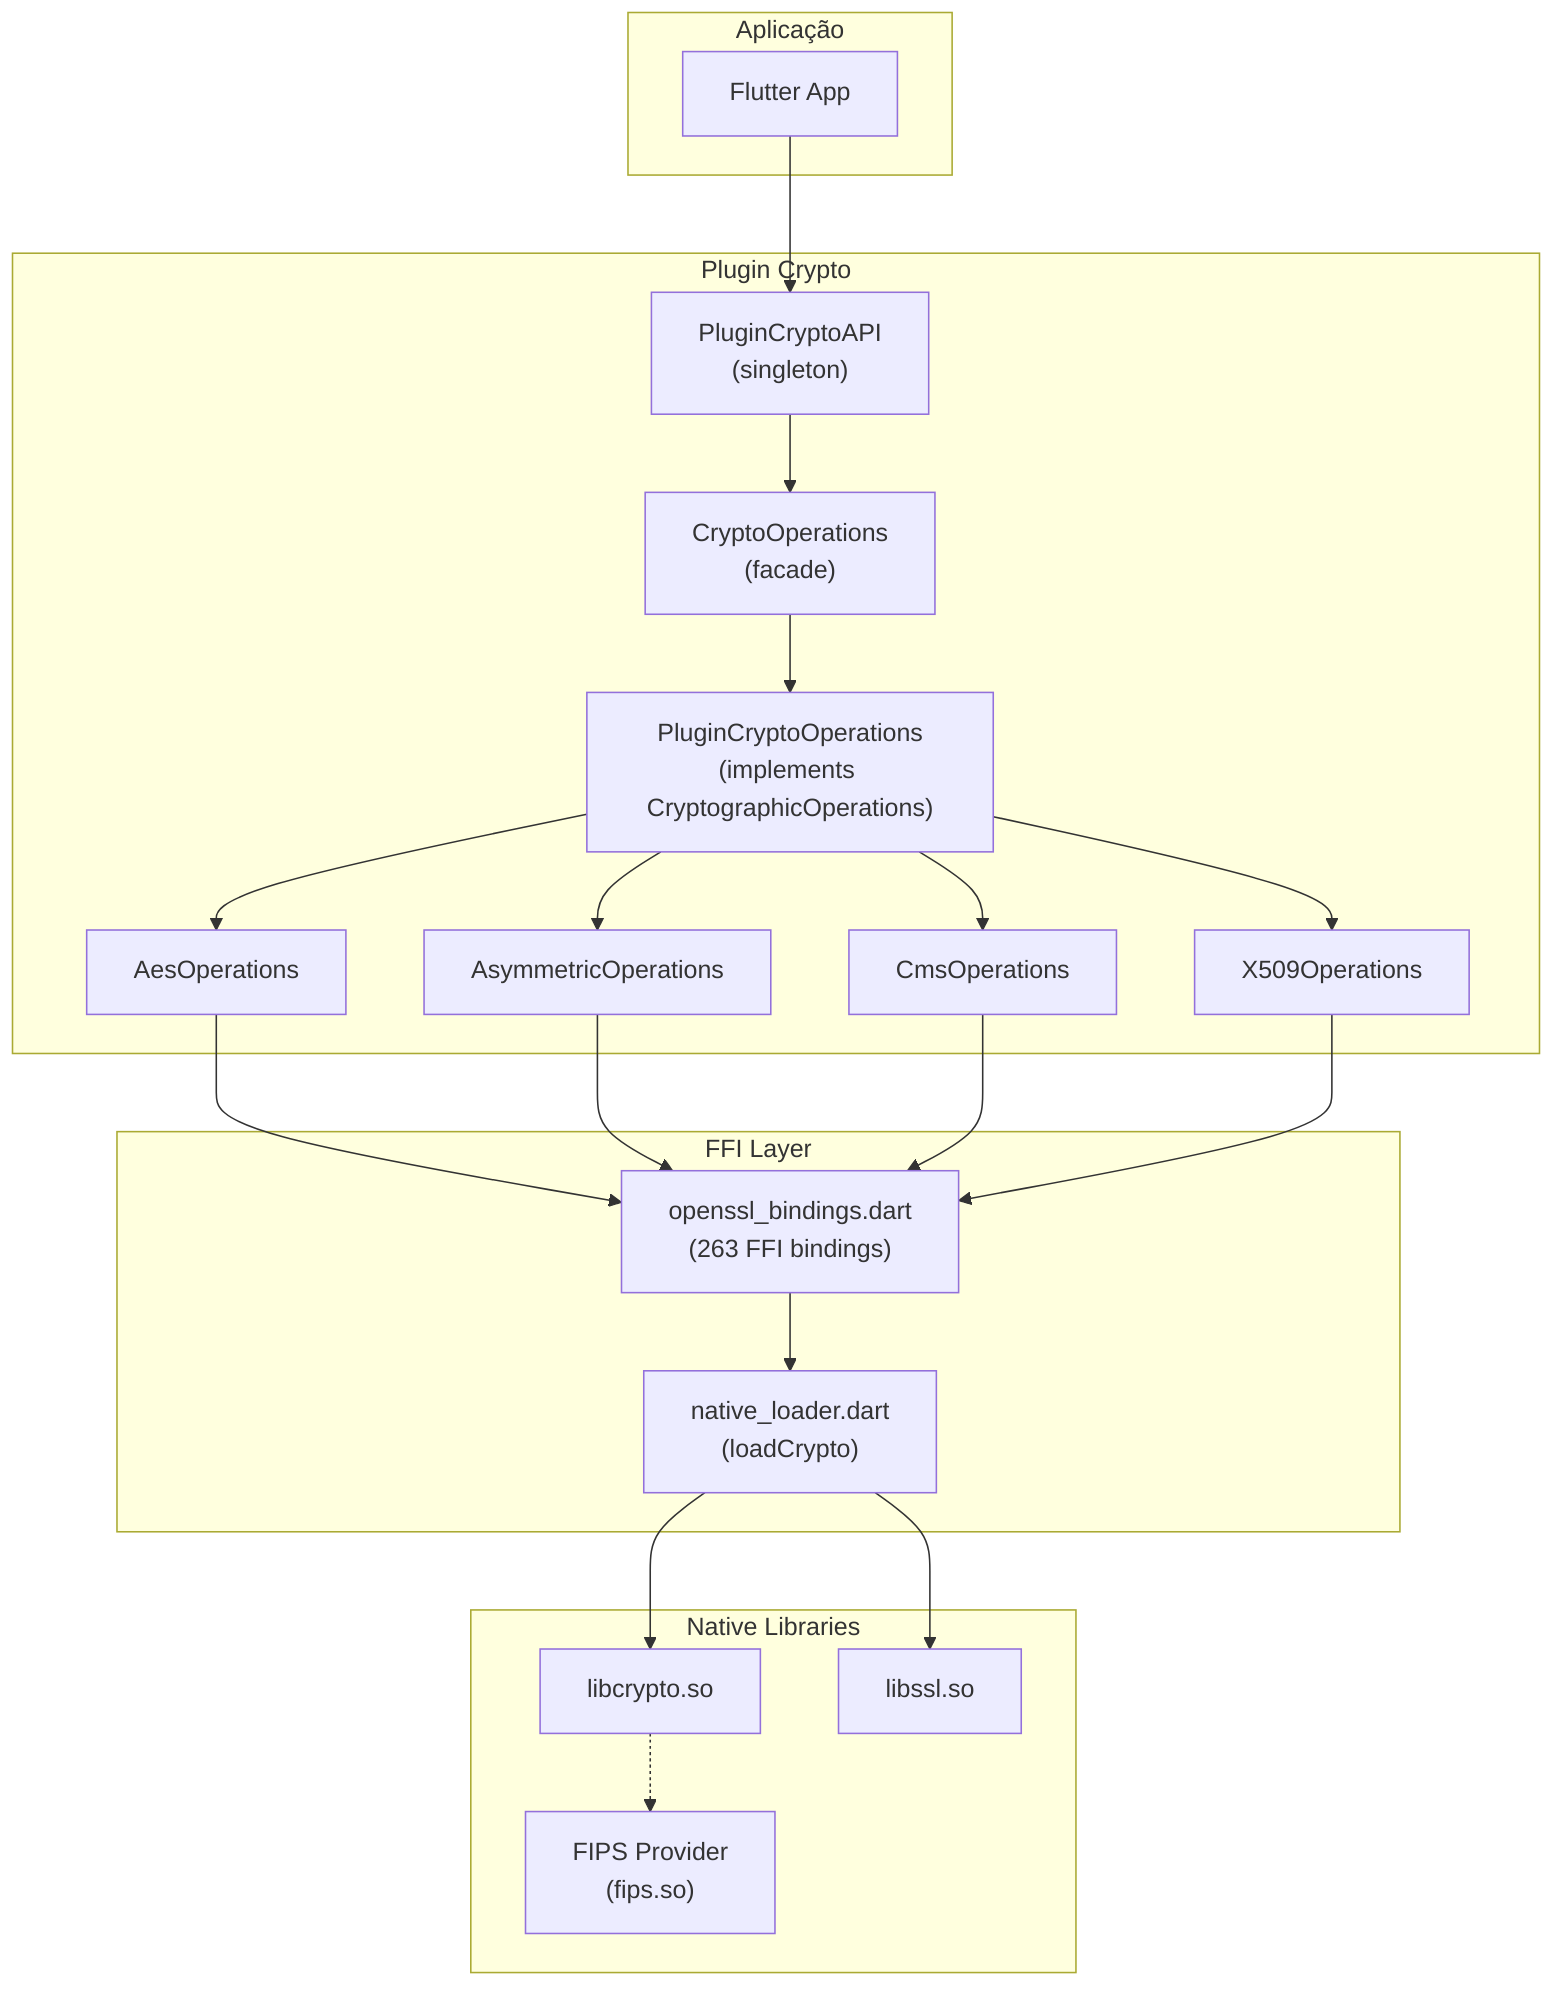
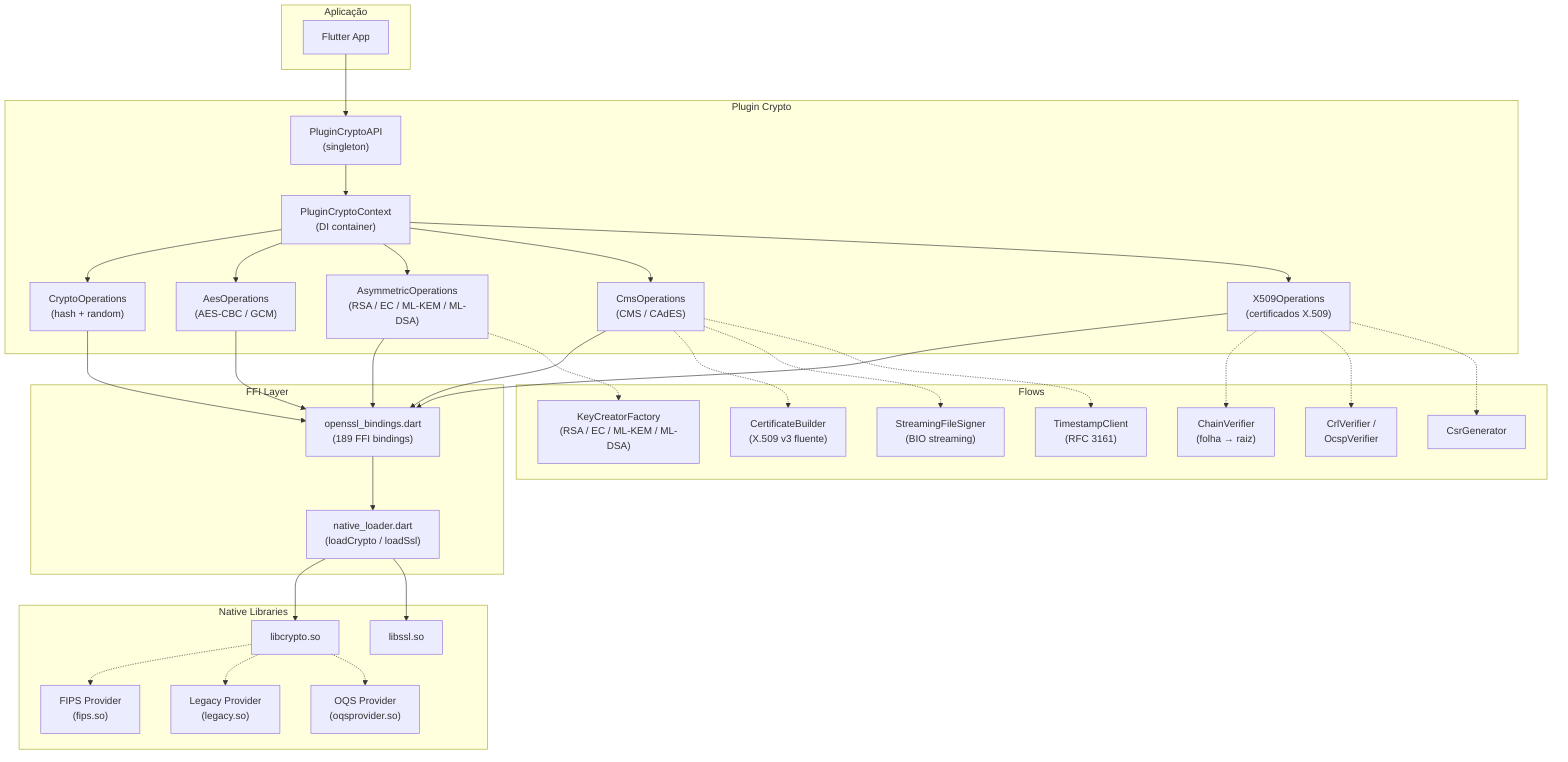
graph TD
    subgraph Aplicação
        FLUTTER["Flutter App"]
    end

    subgraph "Plugin Crypto"
        API["PluginCryptoAPI\n(singleton)"]
-         FACADE["CryptoOperations\n(facade)"]
-         OPS["PluginCryptoOperations\n(implements CryptographicOperations)"]
-         AES["AesOperations"]
-         ASYM["AsymmetricOperations"]
-         CMS["CmsOperations"]
-         X509["X509Operations"]
+         CTX["PluginCryptoContext\n(DI container)"]
+         CRYPTO["CryptoOperations\n(hash + random)"]
+         AES["AesOperations\n(AES-CBC / GCM)"]
+         ASYM["AsymmetricOperations\n(RSA / EC / ML-KEM / ML-DSA)"]
+         CMS["CmsOperations\n(CMS / CAdES)"]
+         X509["X509Operations\n(certificados X.509)"]
+     end
+ 
+     subgraph "Flows"
+         KCF["KeyCreatorFactory\n(RSA / EC / ML-KEM / ML-DSA)"]
+         CB["CertificateBuilder\n(X.509 v3 fluente)"]
+         SFS["StreamingFileSigner\n(BIO streaming)"]
+         CV["ChainVerifier\n(folha → raiz)"]
+         RV["CrlVerifier /\nOcspVerifier"]
+         CG["CsrGenerator"]
+         TC["TimestampClient\n(RFC 3161)"]
    end

    subgraph "FFI Layer"
-         BINDINGS["openssl_bindings.dart\n(263 FFI bindings)"]
-         LOADER["native_loader.dart\n(loadCrypto)"]
+         BINDINGS["openssl_bindings.dart\n(189 FFI bindings)"]
+         LOADER["native_loader.dart\n(loadCrypto / loadSsl)"]
    end

    subgraph "Native Libraries"
        LIBCRYPTO["libcrypto.so"]
        LIBSSL["libssl.so"]
        FIPS["FIPS Provider\n(fips.so)"]
+         LEGACY["Legacy Provider\n(legacy.so)"]
+         OQS["OQS Provider\n(oqsprovider.so)"]
    end

    FLUTTER --> API
-     API --> FACADE
-     FACADE --> OPS
-     OPS --> AES
-     OPS --> ASYM
-     OPS --> CMS
-     OPS --> X509
+     API --> CTX
+     CTX --> CRYPTO
+     CTX --> AES
+     CTX --> ASYM
+     CTX --> CMS
+     CTX --> X509
+ 
    AES --> BINDINGS
    ASYM --> BINDINGS
    CMS --> BINDINGS
    X509 --> BINDINGS
+     CRYPTO --> BINDINGS
+ 
+     ASYM -.-> KCF
+     CMS -.-> CB
+     CMS -.-> SFS
+     X509 -.-> CV
+     X509 -.-> RV
+     X509 -.-> CG
+     CMS -.-> TC
+ 
    BINDINGS --> LOADER
    LOADER --> LIBCRYPTO
    LOADER --> LIBSSL
-     LIBCRYPTO -.-> FIPS+     LIBCRYPTO -.-> FIPS
+     LIBCRYPTO -.-> LEGACY
+     LIBCRYPTO -.-> OQS